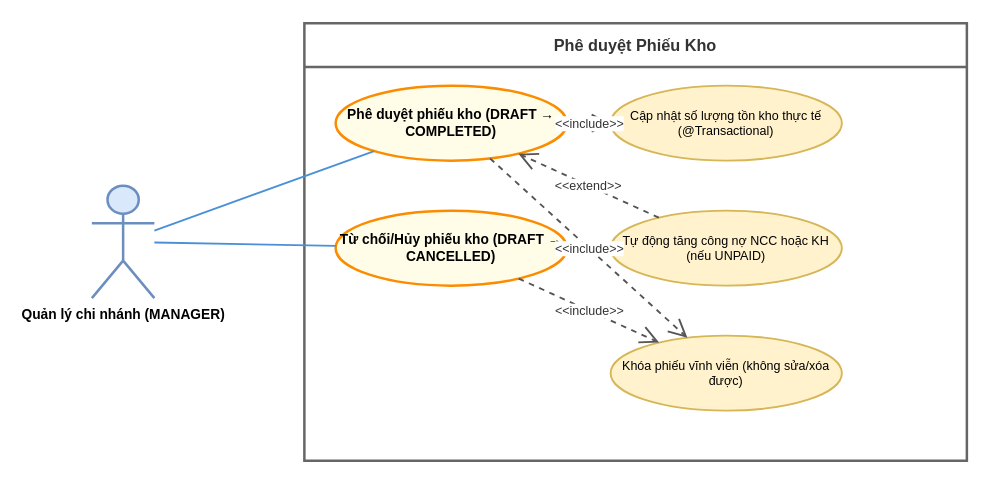
Nghiatv2006/KhoHang keeps this draw.io diagram as UseCase/MANAGER/07_phe_duyet_phieu_kho.drawio. Above is the earlier version. Source tidied: cells renumbered, new cells numbered last; positions are measured from the earlier drawing's top-left corner, leaving out a move shared by most shapes. Both pictures are drawn from the tidied source at 125%, with x=0, y=0 at pixel (91, 22).
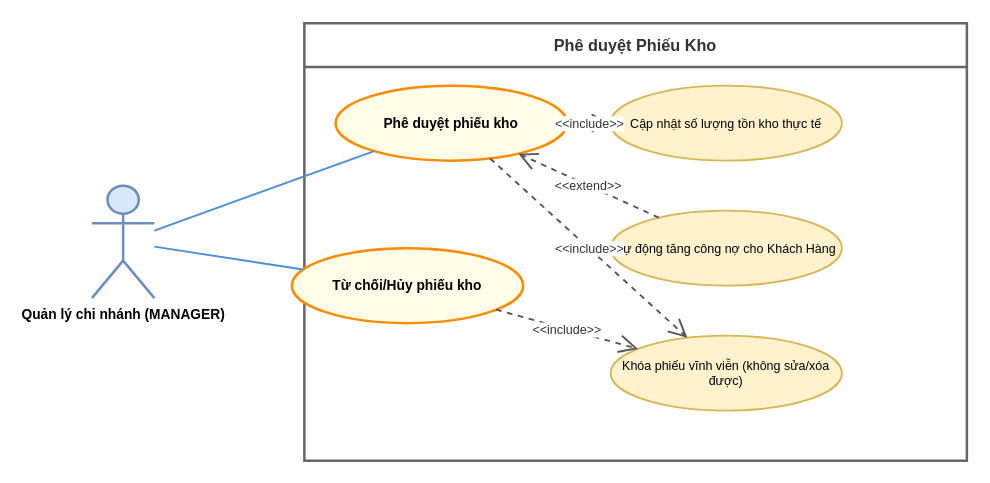
The same page after the edit.

Change to the diagram source:
```diff
@@
 <mxGraphModel>
   <root>
     <mxCell id="0" />
     <mxCell id="1" parent="0" />
     <mxCell id="2" value="Phê duyệt Phiếu Kho" style="swimlane;startSize=35;whiteSpace=wrap;html=1;fontStyle=1;fontSize=13;                    fillColor=#f5f5f5;strokeColor=#666666;strokeWidth=2;fontColor=#333333;align=center;" parent="1" vertex="1">
       <mxGeometry x="170" width="530" height="350" as="geometry" />
     </mxCell>
+    <mxCell id="5" value="Từ chối/Hủy phiếu kho" style="ellipse;whiteSpace=wrap;html=1;fillColor=#fffde7;strokeColor=#fb8c00;strokeWidth=2;fontStyle=1;fontSize=11;align=center;" parent="2" vertex="1">
+      <mxGeometry x="-10" y="180" width="185" height="60" as="geometry" />
+    </mxCell>
     <mxCell id="3" value="Quản lý chi nhánh (MANAGER)" style="shape=umlActor;verticalLabelPosition=bottom;verticalAlign=top;html=1;                    outlineConnect=0;fillColor=#dae8fc;strokeColor=#6c8ebf;strokeWidth=2;                    fontColor=#1a1a1a;fontStyle=1;fontSize=11;" parent="1" vertex="1">
       <mxGeometry y="130" width="50" height="90" as="geometry" />
     </mxCell>
-    <mxCell id="4" value="Phê duyệt phiếu kho (DRAFT → COMPLETED)" style="ellipse;whiteSpace=wrap;html=1;fillColor=#fffde7;strokeColor=#fb8c00;strokeWidth=2;fontStyle=1;fontSize=11;align=center;" parent="1" vertex="1">
+    <mxCell id="4" value="Phê duyệt phiếu kho" style="ellipse;whiteSpace=wrap;html=1;fillColor=#fffde7;strokeColor=#fb8c00;strokeWidth=2;fontStyle=1;fontSize=11;align=center;" parent="1" vertex="1">
       <mxGeometry x="195" y="50" width="185" height="60" as="geometry" />
     </mxCell>
-    <mxCell id="5" value="Từ chối/Hủy phiếu kho (DRAFT → CANCELLED)" style="ellipse;whiteSpace=wrap;html=1;fillColor=#fffde7;strokeColor=#fb8c00;strokeWidth=2;fontStyle=1;fontSize=11;align=center;" parent="1" vertex="1">
-      <mxGeometry x="195" y="150" width="185" height="60" as="geometry" />
-    </mxCell>
-    <mxCell id="6" value="Cập nhật số lượng tồn kho thực tế (@Transactional)" style="ellipse;whiteSpace=wrap;html=1;fillColor=#fff2cc;strokeColor=#d6b656;strokeWidth=1.5;fontSize=10;align=center;" parent="1" vertex="1">
+    <mxCell id="6" value="Cập nhật số lượng tồn kho thực tế" style="ellipse;whiteSpace=wrap;html=1;fillColor=#fff2cc;strokeColor=#d6b656;strokeWidth=1.5;fontSize=10;align=center;" parent="1" vertex="1">
       <mxGeometry x="415" y="50" width="185" height="60" as="geometry" />
     </mxCell>
-    <mxCell id="7" value="Tự động tăng công nợ NCC hoặc KH (nếu UNPAID)" style="ellipse;whiteSpace=wrap;html=1;fillColor=#fff2cc;strokeColor=#d6b656;strokeWidth=1.5;fontSize=10;align=center;" parent="1" vertex="1">
+    <mxCell id="7" value="Tự động tăng công nợ cho Khách Hàng" style="ellipse;whiteSpace=wrap;html=1;fillColor=#fff2cc;strokeColor=#d6b656;strokeWidth=1.5;fontSize=10;align=center;" parent="1" vertex="1">
       <mxGeometry x="415" y="150" width="185" height="60" as="geometry" />
     </mxCell>
     <mxCell id="8" value="Khóa phiếu vĩnh viễn (không sửa/xóa được)" style="ellipse;whiteSpace=wrap;html=1;fillColor=#fff2cc;strokeColor=#d6b656;strokeWidth=1.5;fontSize=10;align=center;" parent="1" vertex="1">
       <mxGeometry x="415" y="250" width="185" height="60" as="geometry" />
     </mxCell>
     <mxCell id="9" style="endArrow=none;html=1;rounded=0;strokeColor=#4a90d9;strokeWidth=1.5;" parent="1" edge="1" source="3" target="4">
       <mxGeometry relative="1" as="geometry" />
     </mxCell>
     <mxCell id="10" style="endArrow=none;html=1;rounded=0;strokeColor=#4a90d9;strokeWidth=1.5;" parent="1" edge="1" source="3" target="5">
       <mxGeometry relative="1" as="geometry" />
     </mxCell>
     <mxCell id="11" value="&amp;lt;&amp;lt;include&amp;gt;&amp;gt;" style="endArrow=open;endSize=12;dashed=1;html=1;rounded=0;strokeColor=#555555;strokeWidth=1.5;labelBackgroundColor=#ffffff;fontColor=#333333;fontSize=10;align=center;" parent="1" edge="1" source="4" target="6">
       <mxGeometry relative="1" as="geometry" />
     </mxCell>
     <mxCell id="12" value="&amp;lt;&amp;lt;extend&amp;gt;&amp;gt;" style="endArrow=open;endSize=12;dashed=1;html=1;rounded=0;strokeColor=#555555;strokeWidth=1.5;labelBackgroundColor=#ffffff;fontColor=#333333;fontSize=10;align=center;" parent="1" edge="1" source="7" target="4">
       <mxGeometry relative="1" as="geometry" />
     </mxCell>
     <mxCell id="13" value="&amp;lt;&amp;lt;include&amp;gt;&amp;gt;" style="endArrow=open;endSize=12;dashed=1;html=1;rounded=0;strokeColor=#555555;strokeWidth=1.5;labelBackgroundColor=#ffffff;fontColor=#333333;fontSize=10;align=center;" parent="1" edge="1" source="4" target="8">
       <mxGeometry relative="1" as="geometry" />
     </mxCell>
     <mxCell id="14" value="&amp;lt;&amp;lt;include&amp;gt;&amp;gt;" style="endArrow=open;endSize=12;dashed=1;html=1;rounded=0;strokeColor=#555555;strokeWidth=1.5;labelBackgroundColor=#ffffff;fontColor=#333333;fontSize=10;align=center;" parent="1" edge="1" source="5" target="8">
       <mxGeometry relative="1" as="geometry" />
     </mxCell>
   </root>
 </mxGraphModel>
```
